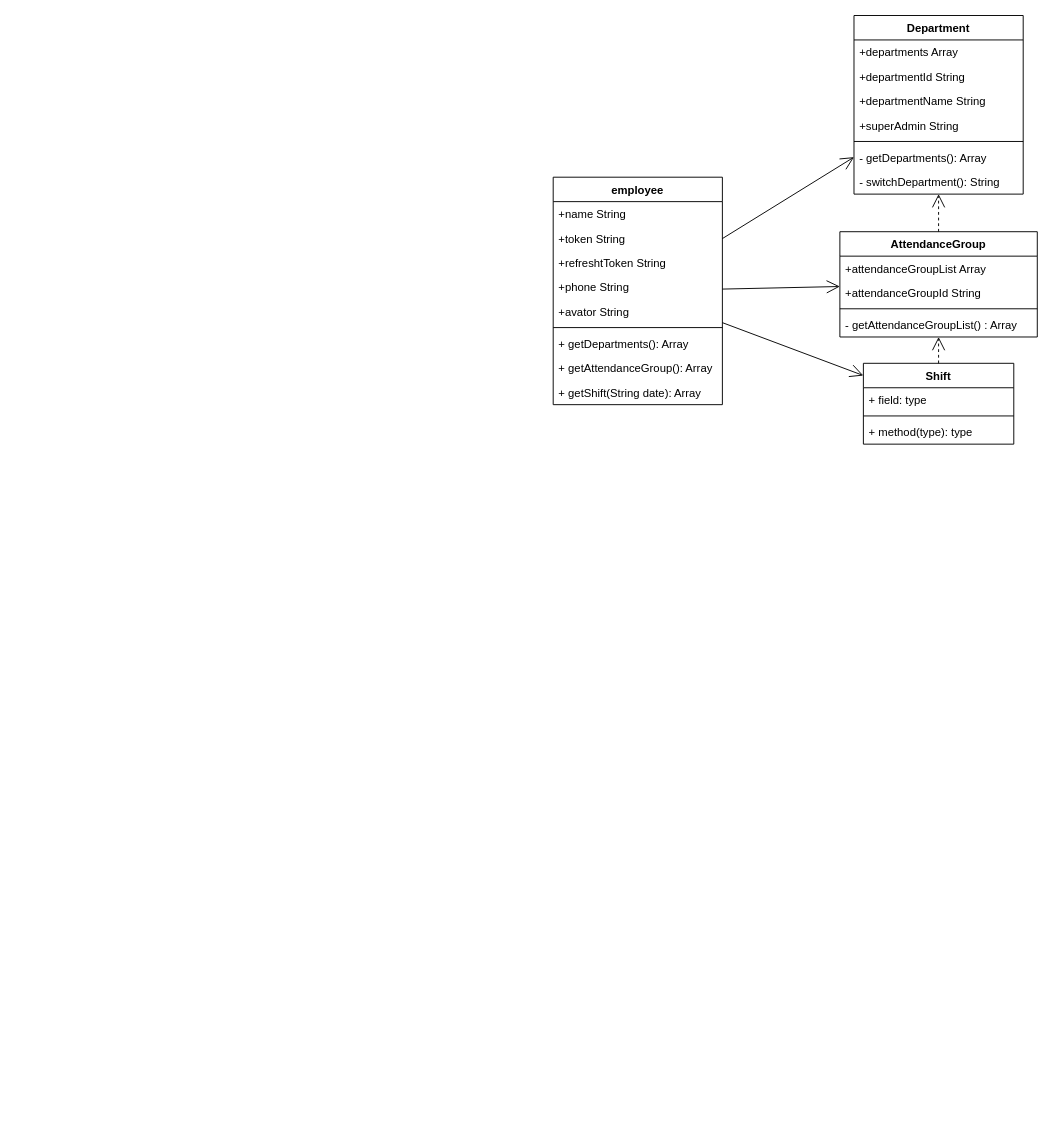
The draw.io diagram employeeInfo.drawio in cuiyongheng/test, before the edit. Source tidied: cells renumbered, new cells numbered last; positions are measured from the earlier drawing's top-left corner, leaving out a move shared by most shapes. Both pictures are drawn from the tidied source at 94%, with x=0, y=0 at pixel (553, 15).
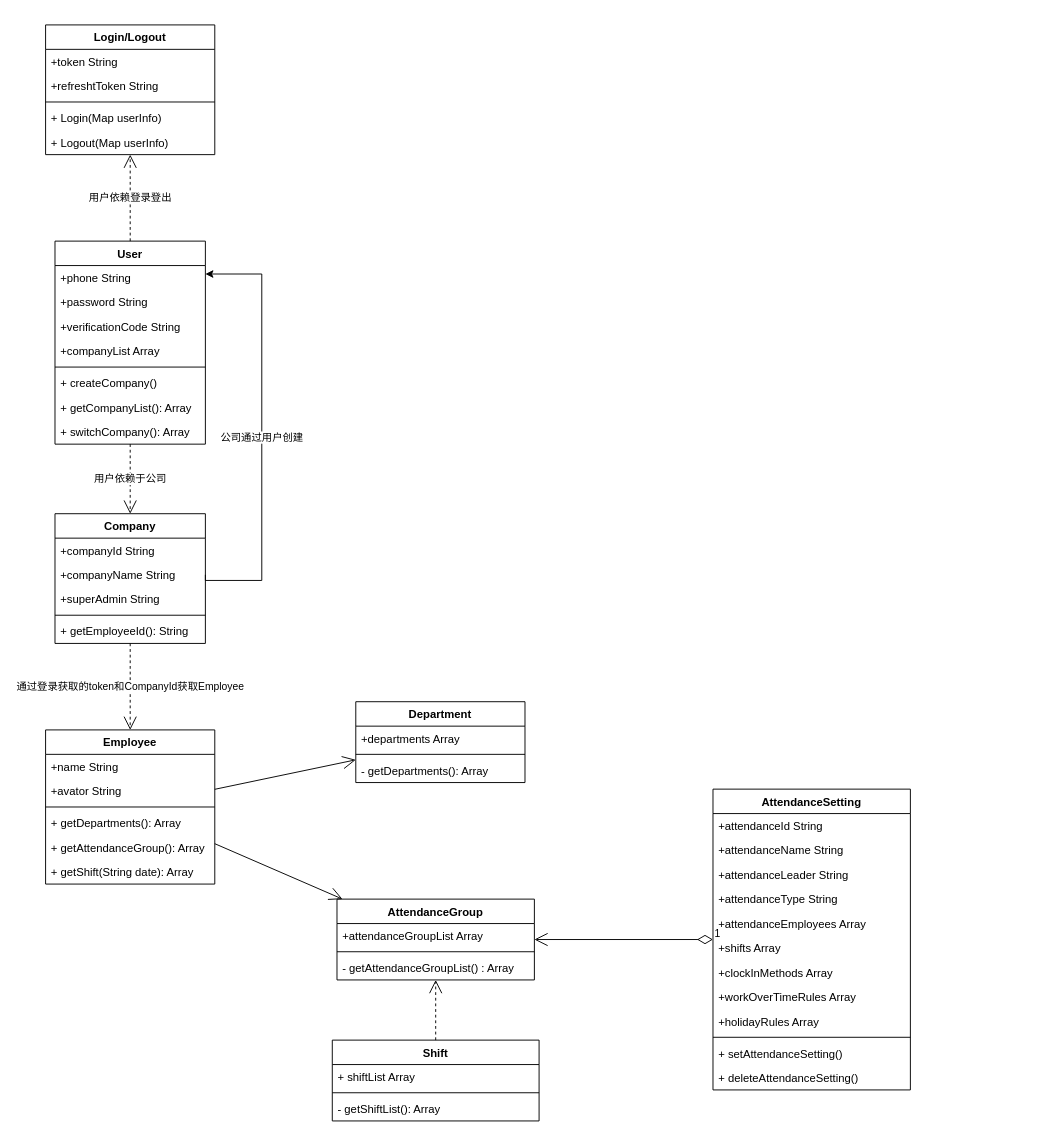
After the change.

What changed in the source:
```diff
@@
-    <mxCell id="2" value="employee" style="swimlane;fontStyle=1;align=center;verticalAlign=top;horizontal=1;startSize=26;" parent="1" vertex="1">
-      <mxGeometry y="172" width="180" height="242" as="geometry" />
+    <mxCell id="2" value="Employee" style="swimlane;fontStyle=1;align=center;verticalAlign=top;horizontal=1;startSize=26;" parent="1" vertex="1">
+      <mxGeometry x="-540" y="760" width="180" height="164" as="geometry" />
     </mxCell>
@@
-    <mxCell id="4" value="+token String&#10;" style="text;strokeColor=none;fillColor=none;align=left;verticalAlign=top;spacingLeft=4;spacingRight=4;overflow=hidden;" parent="2" vertex="1">
-      <mxGeometry y="52" width="180" height="26" as="geometry" />
-    </mxCell>
-    <mxCell id="5" value="+refreshtToken String&#10;" style="text;strokeColor=none;fillColor=none;align=left;verticalAlign=top;spacingLeft=4;spacingRight=4;overflow=hidden;" parent="2" vertex="1">
-      <mxGeometry y="78" width="180" height="26" as="geometry" />
-    </mxCell>
-    <mxCell id="6" value="+phone String&#10;" style="text;strokeColor=none;fillColor=none;align=left;verticalAlign=top;spacingLeft=4;spacingRight=4;overflow=hidden;" parent="2" vertex="1">
-      <mxGeometry y="104" width="180" height="26" as="geometry" />
-    </mxCell>
     <mxCell id="7" value="+avator String&#10;" style="text;strokeColor=none;fillColor=none;align=left;verticalAlign=top;spacingLeft=4;spacingRight=4;overflow=hidden;" parent="2" vertex="1">
-      <mxGeometry y="130" width="180" height="26" as="geometry" />
+      <mxGeometry y="52" width="180" height="26" as="geometry" />
     </mxCell>
     <mxCell id="8" style="line;strokeWidth=1;fillColor=none;align=left;verticalAlign=middle;spacingTop=-1;spacingLeft=3;spacingRight=3;labelPosition=right;" parent="2" vertex="1">
-      <mxGeometry y="156" width="180" height="8" as="geometry" />
+      <mxGeometry y="78" width="180" height="8" as="geometry" />
     </mxCell>
     <mxCell id="9" value="+ getDepartments(): Array" style="text;strokeColor=none;fillColor=none;align=left;verticalAlign=top;spacingLeft=4;spacingRight=4;overflow=hidden;" parent="2" vertex="1">
-      <mxGeometry y="164" width="180" height="26" as="geometry" />
+      <mxGeometry y="86" width="180" height="26" as="geometry" />
     </mxCell>
     <mxCell id="10" value="+ getAttendanceGroup(): Array" style="text;strokeColor=none;fillColor=none;align=left;verticalAlign=top;spacingLeft=4;spacingRight=4;overflow=hidden;" parent="2" vertex="1">
-      <mxGeometry y="190" width="180" height="26" as="geometry" />
+      <mxGeometry y="112" width="180" height="26" as="geometry" />
     </mxCell>
     <mxCell id="11" value="+ getShift(String date): Array" style="text;strokeColor=none;fillColor=none;align=left;verticalAlign=top;spacingLeft=4;spacingRight=4;overflow=hidden;" parent="2" vertex="1">
-      <mxGeometry y="216" width="180" height="26" as="geometry" />
+      <mxGeometry y="138" width="180" height="26" as="geometry" />
     </mxCell>
     <mxCell id="12" value="Department" style="swimlane;fontStyle=1;align=center;verticalAlign=top;horizontal=1;startSize=26;" parent="1" vertex="1">
-      <mxGeometry x="320" width="180" height="190" as="geometry" />
+      <mxGeometry x="-210" y="730" width="180" height="86" as="geometry" />
     </mxCell>
@@
-    <mxCell id="14" value="+departmentId String" style="text;strokeColor=none;fillColor=none;align=left;verticalAlign=top;spacingLeft=4;spacingRight=4;overflow=hidden;" parent="12" vertex="1">
-      <mxGeometry y="52" width="180" height="26" as="geometry" />
-    </mxCell>
-    <mxCell id="15" value="+departmentName String" style="text;strokeColor=none;fillColor=none;align=left;verticalAlign=top;spacingLeft=4;spacingRight=4;overflow=hidden;" parent="12" vertex="1">
-      <mxGeometry y="78" width="180" height="26" as="geometry" />
-    </mxCell>
-    <mxCell id="16" value="+superAdmin String" style="text;strokeColor=none;fillColor=none;align=left;verticalAlign=top;spacingLeft=4;spacingRight=4;overflow=hidden;" parent="12" vertex="1">
-      <mxGeometry y="104" width="180" height="26" as="geometry" />
-    </mxCell>
     <mxCell id="17" style="line;strokeWidth=1;fillColor=none;align=left;verticalAlign=middle;spacingTop=-1;spacingLeft=3;spacingRight=3;labelPosition=right;" parent="12" vertex="1">
-      <mxGeometry y="130" width="180" height="8" as="geometry" />
+      <mxGeometry y="52" width="180" height="8" as="geometry" />
     </mxCell>
     <mxCell id="18" value="- getDepartments(): Array" style="text;strokeColor=none;fillColor=none;align=left;verticalAlign=top;spacingLeft=4;spacingRight=4;overflow=hidden;" parent="12" vertex="1">
-      <mxGeometry y="138" width="180" height="26" as="geometry" />
+      <mxGeometry y="60" width="180" height="26" as="geometry" />
     </mxCell>
-    <mxCell id="19" value="- switchDepartment(): String" style="text;strokeColor=none;fillColor=none;align=left;verticalAlign=top;spacingLeft=4;spacingRight=4;overflow=hidden;" parent="12" vertex="1">
-      <mxGeometry y="164" width="180" height="26" as="geometry" />
-    </mxCell>
@@
     <mxCell id="21" value="AttendanceGroup" style="swimlane;fontStyle=1;align=center;verticalAlign=top;horizontal=1;startSize=26;" parent="1" vertex="1">
-      <mxGeometry x="305" y="230" width="210" height="112" as="geometry" />
+      <mxGeometry x="-230" y="940" width="210" height="86" as="geometry" />
     </mxCell>
@@
-    <mxCell id="23" value="+attendanceGroupId String" style="text;strokeColor=none;fillColor=none;align=left;verticalAlign=top;spacingLeft=4;spacingRight=4;overflow=hidden;" parent="21" vertex="1">
-      <mxGeometry y="52" width="210" height="26" as="geometry" />
-    </mxCell>
     <mxCell id="24" style="line;strokeWidth=1;fillColor=none;align=left;verticalAlign=middle;spacingTop=-1;spacingLeft=3;spacingRight=3;labelPosition=right;" parent="21" vertex="1">
-      <mxGeometry y="78" width="210" height="8" as="geometry" />
+      <mxGeometry y="52" width="210" height="8" as="geometry" />
     </mxCell>
     <mxCell id="25" value="- getAttendanceGroupList() : Array" style="text;strokeColor=none;fillColor=none;align=left;verticalAlign=top;spacingLeft=4;spacingRight=4;overflow=hidden;" parent="21" vertex="1">
-      <mxGeometry y="86" width="210" height="26" as="geometry" />
+      <mxGeometry y="60" width="210" height="26" as="geometry" />
     </mxCell>
@@
-    <mxCell id="27" style="endArrow=open;endSize=12;dashed=1;html=1;" parent="1" edge="1" source="21" target="12">
-      <mxGeometry relative="1" as="geometry" />
-    </mxCell>
     <mxCell id="28" value="Shift" style="swimlane;fontStyle=1;align=center;verticalAlign=top;horizontal=1;startSize=26;" parent="1" vertex="1">
-      <mxGeometry x="330" y="370" width="160" height="86" as="geometry" />
+      <mxGeometry x="-235" y="1090" width="220" height="86" as="geometry" />
     </mxCell>
-    <mxCell id="29" value="+ field: type" style="text;strokeColor=none;fillColor=none;align=left;verticalAlign=top;spacingLeft=4;spacingRight=4;overflow=hidden;" parent="28" vertex="1">
-      <mxGeometry y="26" width="160" height="26" as="geometry" />
+    <mxCell id="29" value="+ shiftList Array" style="text;strokeColor=none;fillColor=none;align=left;verticalAlign=top;spacingLeft=4;spacingRight=4;overflow=hidden;" parent="28" vertex="1">
+      <mxGeometry y="26" width="220" height="26" as="geometry" />
     </mxCell>
     <mxCell id="30" style="line;strokeWidth=1;fillColor=none;align=left;verticalAlign=middle;spacingTop=-1;spacingLeft=3;spacingRight=3;labelPosition=right;" parent="28" vertex="1">
-      <mxGeometry y="52" width="160" height="8" as="geometry" />
+      <mxGeometry y="52" width="220" height="8" as="geometry" />
     </mxCell>
-    <mxCell id="31" value="+ method(type): type" style="text;strokeColor=none;fillColor=none;align=left;verticalAlign=top;spacingLeft=4;spacingRight=4;overflow=hidden;" parent="28" vertex="1">
-      <mxGeometry y="60" width="160" height="26" as="geometry" />
+    <mxCell id="31" value="- getShiftList(): Array" style="text;strokeColor=none;fillColor=none;align=left;verticalAlign=top;spacingLeft=4;spacingRight=4;overflow=hidden;" parent="28" vertex="1">
+      <mxGeometry y="60" width="220" height="26" as="geometry" />
     </mxCell>
@@
-    <mxCell id="33" style="endArrow=open;endFill=1;endSize=12;html=1;" parent="1" edge="1" source="2" target="28">
-      <mxGeometry relative="1" as="geometry" />
-    </mxCell>
+    <mxCell id="34" value="Company" style="swimlane;fontStyle=1;align=center;verticalAlign=top;horizontal=1;startSize=26;" parent="1" vertex="1">
+      <mxGeometry x="-530" y="530" width="160" height="138" as="geometry" />
+    </mxCell>
+    <mxCell id="35" value="+companyId String" style="text;strokeColor=none;fillColor=none;align=left;verticalAlign=top;spacingLeft=4;spacingRight=4;overflow=hidden;" parent="34" vertex="1">
+      <mxGeometry y="26" width="160" height="26" as="geometry" />
+    </mxCell>
+    <mxCell id="36" value="+companyName String" style="text;strokeColor=none;fillColor=none;align=left;verticalAlign=top;spacingLeft=4;spacingRight=4;overflow=hidden;points=[[0,0.5],[1,0.5]];portConstraint=eastwest;" parent="34" vertex="1">
+      <mxGeometry y="52" width="160" height="26" as="geometry" />
+    </mxCell>
+    <mxCell id="16" value="+superAdmin String" style="text;strokeColor=none;fillColor=none;align=left;verticalAlign=top;spacingLeft=4;spacingRight=4;overflow=hidden;" parent="34" vertex="1">
+      <mxGeometry y="78" width="160" height="26" as="geometry" />
+    </mxCell>
+    <mxCell id="37" style="line;strokeWidth=1;fillColor=none;align=left;verticalAlign=middle;spacingTop=-1;spacingLeft=3;spacingRight=3;labelPosition=right;" parent="34" vertex="1">
+      <mxGeometry y="104" width="160" height="8" as="geometry" />
+    </mxCell>
+    <mxCell id="38" value="+ getEmployeeId(): String" style="text;strokeColor=none;fillColor=none;align=left;verticalAlign=top;spacingLeft=4;spacingRight=4;overflow=hidden;" parent="34" vertex="1">
+      <mxGeometry y="112" width="160" height="26" as="geometry" />
+    </mxCell>
+    <mxCell id="39" value="User" style="swimlane;fontStyle=1;align=center;verticalAlign=top;horizontal=1;startSize=26;" parent="1" vertex="1">
+      <mxGeometry x="-530" y="240" width="160" height="216" as="geometry" />
+    </mxCell>
+    <mxCell id="6" value="+phone String&#10;" style="text;strokeColor=none;fillColor=none;align=left;verticalAlign=top;spacingLeft=4;spacingRight=4;overflow=hidden;" parent="39" vertex="1">
+      <mxGeometry y="26" width="160" height="26" as="geometry" />
+    </mxCell>
+    <mxCell id="40" value="+password String&#10;" style="text;strokeColor=none;fillColor=none;align=left;verticalAlign=top;spacingLeft=4;spacingRight=4;overflow=hidden;" parent="39" vertex="1">
+      <mxGeometry y="52" width="160" height="26" as="geometry" />
+    </mxCell>
+    <mxCell id="41" value="+verificationCode String&#10;" style="text;strokeColor=none;fillColor=none;align=left;verticalAlign=top;spacingLeft=4;spacingRight=4;overflow=hidden;" parent="39" vertex="1">
+      <mxGeometry y="78" width="160" height="26" as="geometry" />
+    </mxCell>
+    <mxCell id="42" value="+companyList Array" style="text;strokeColor=none;fillColor=none;align=left;verticalAlign=top;spacingLeft=4;spacingRight=4;overflow=hidden;" parent="39" vertex="1">
+      <mxGeometry y="104" width="160" height="26" as="geometry" />
+    </mxCell>
+    <mxCell id="43" style="line;strokeWidth=1;fillColor=none;align=left;verticalAlign=middle;spacingTop=-1;spacingLeft=3;spacingRight=3;labelPosition=right;" parent="39" vertex="1">
+      <mxGeometry y="130" width="160" height="8" as="geometry" />
+    </mxCell>
+    <mxCell id="44" value="+ createCompany()" style="text;strokeColor=none;fillColor=none;align=left;verticalAlign=top;spacingLeft=4;spacingRight=4;overflow=hidden;" parent="39" vertex="1">
+      <mxGeometry y="138" width="160" height="26" as="geometry" />
+    </mxCell>
+    <mxCell id="45" value="+ getCompanyList(): Array" style="text;strokeColor=none;fillColor=none;align=left;verticalAlign=top;spacingLeft=4;spacingRight=4;overflow=hidden;" parent="39" vertex="1">
+      <mxGeometry y="164" width="160" height="26" as="geometry" />
+    </mxCell>
+    <mxCell id="46" value="+ switchCompany(): Array" style="text;strokeColor=none;fillColor=none;align=left;verticalAlign=top;spacingLeft=4;spacingRight=4;overflow=hidden;" parent="39" vertex="1">
+      <mxGeometry y="190" width="160" height="26" as="geometry" />
+    </mxCell>
+    <mxCell id="47" value="Login/Logout" style="swimlane;fontStyle=1;align=center;verticalAlign=top;horizontal=1;startSize=26;" parent="1" vertex="1">
+      <mxGeometry x="-540" y="10" width="180" height="138" as="geometry" />
+    </mxCell>
+    <mxCell id="4" value="+token String&#10;" style="text;strokeColor=none;fillColor=none;align=left;verticalAlign=top;spacingLeft=4;spacingRight=4;overflow=hidden;" parent="47" vertex="1">
+      <mxGeometry y="26" width="180" height="26" as="geometry" />
+    </mxCell>
+    <mxCell id="5" value="+refreshtToken String&#10;" style="text;strokeColor=none;fillColor=none;align=left;verticalAlign=top;spacingLeft=4;spacingRight=4;overflow=hidden;" parent="47" vertex="1">
+      <mxGeometry y="52" width="180" height="26" as="geometry" />
+    </mxCell>
+    <mxCell id="48" style="line;strokeWidth=1;fillColor=none;align=left;verticalAlign=middle;spacingTop=-1;spacingLeft=3;spacingRight=3;labelPosition=right;" parent="47" vertex="1">
+      <mxGeometry y="78" width="180" height="8" as="geometry" />
+    </mxCell>
+    <mxCell id="49" value="+ Login(Map userInfo)" style="text;strokeColor=none;fillColor=none;align=left;verticalAlign=top;spacingLeft=4;spacingRight=4;overflow=hidden;" parent="47" vertex="1">
+      <mxGeometry y="86" width="180" height="26" as="geometry" />
+    </mxCell>
+    <mxCell id="50" value="+ Logout(Map userInfo)" style="text;strokeColor=none;fillColor=none;align=left;verticalAlign=top;spacingLeft=4;spacingRight=4;overflow=hidden;" parent="47" vertex="1">
+      <mxGeometry y="112" width="180" height="26" as="geometry" />
+    </mxCell>
+    <mxCell id="51" value="用户依赖登录登出" style="endArrow=open;endSize=12;dashed=1;html=1;" parent="1" edge="1" source="39" target="47">
+      <mxGeometry relative="1" as="geometry" />
+    </mxCell>
+    <mxCell id="52" style="edgeStyle=orthogonalEdgeStyle;rounded=0;jettySize=auto;html=1;exitX=1;exitY=0.5;exitDx=0;exitDy=0;entryX=1;entryY=0.5;entryDx=0;entryDy=0;" parent="1" edge="1" source="36">
+      <mxGeometry relative="1" as="geometry">
+        <mxPoint x="-370" y="275" as="targetPoint" />
+        <Array as="points">
+          <mxPoint x="-310" y="601" />
+          <mxPoint x="-310" y="275" />
+        </Array>
+      </mxGeometry>
+    </mxCell>
+    <mxCell id="53" value="公司通过用户创建" style="edgeLabel;html=1;align=center;verticalAlign=middle;" parent="52" vertex="1">
+      <mxGeometry x="-0.03" y="1" relative="1" as="geometry" />
+    </mxCell>
+    <mxCell id="54" value="用户依赖于公司" style="endArrow=open;endSize=12;dashed=1;html=1;" parent="1" edge="1" source="39" target="34">
+      <mxGeometry relative="1" as="geometry" />
+    </mxCell>
+    <mxCell id="55" value="通过登录获取的token和CompanyId获取Employee" style="endArrow=open;endSize=12;dashed=1;html=1;" parent="1" edge="1" source="34" target="2">
+      <mxGeometry relative="1" as="geometry" />
+    </mxCell>
+    <mxCell id="56" value="AttendanceSetting" style="swimlane;fontStyle=1;align=center;verticalAlign=top;horizontal=1;startSize=26;" parent="1" vertex="1">
+      <mxGeometry x="170" y="823" width="210" height="320" as="geometry" />
+    </mxCell>
+    <mxCell id="57" value="+attendanceId String" style="text;strokeColor=none;fillColor=none;align=left;verticalAlign=top;spacingLeft=4;spacingRight=4;overflow=hidden;" parent="56" vertex="1">
+      <mxGeometry y="26" width="210" height="26" as="geometry" />
+    </mxCell>
+    <mxCell id="58" value="+attendanceName String" style="text;strokeColor=none;fillColor=none;align=left;verticalAlign=top;spacingLeft=4;spacingRight=4;overflow=hidden;" parent="56" vertex="1">
+      <mxGeometry y="52" width="210" height="26" as="geometry" />
+    </mxCell>
+    <mxCell id="59" value="+attendanceLeader String" style="text;strokeColor=none;fillColor=none;align=left;verticalAlign=top;spacingLeft=4;spacingRight=4;overflow=hidden;" parent="56" vertex="1">
+      <mxGeometry y="78" width="210" height="26" as="geometry" />
+    </mxCell>
+    <mxCell id="60" value="+attendanceType String" style="text;strokeColor=none;fillColor=none;align=left;verticalAlign=top;spacingLeft=4;spacingRight=4;overflow=hidden;" parent="56" vertex="1">
+      <mxGeometry y="104" width="210" height="26" as="geometry" />
+    </mxCell>
+    <mxCell id="61" value="+attendanceEmployees Array" style="text;strokeColor=none;fillColor=none;align=left;verticalAlign=top;spacingLeft=4;spacingRight=4;overflow=hidden;" parent="56" vertex="1">
+      <mxGeometry y="130" width="210" height="26" as="geometry" />
+    </mxCell>
+    <mxCell id="62" value="+shifts Array" style="text;strokeColor=none;fillColor=none;align=left;verticalAlign=top;spacingLeft=4;spacingRight=4;overflow=hidden;" parent="56" vertex="1">
+      <mxGeometry y="156" width="210" height="26" as="geometry" />
+    </mxCell>
+    <mxCell id="63" value="+clockInMethods Array" style="text;strokeColor=none;fillColor=none;align=left;verticalAlign=top;spacingLeft=4;spacingRight=4;overflow=hidden;" parent="56" vertex="1">
+      <mxGeometry y="182" width="210" height="26" as="geometry" />
+    </mxCell>
+    <mxCell id="64" value="+workOverTimeRules Array" style="text;strokeColor=none;fillColor=none;align=left;verticalAlign=top;spacingLeft=4;spacingRight=4;overflow=hidden;" parent="56" vertex="1">
+      <mxGeometry y="208" width="210" height="26" as="geometry" />
+    </mxCell>
+    <mxCell id="65" value="+holidayRules Array" style="text;strokeColor=none;fillColor=none;align=left;verticalAlign=top;spacingLeft=4;spacingRight=4;overflow=hidden;" parent="56" vertex="1">
+      <mxGeometry y="234" width="210" height="26" as="geometry" />
+    </mxCell>
+    <mxCell id="66" style="line;strokeWidth=1;fillColor=none;align=left;verticalAlign=middle;spacingTop=-1;spacingLeft=3;spacingRight=3;labelPosition=right;" parent="56" vertex="1">
+      <mxGeometry y="260" width="210" height="8" as="geometry" />
+    </mxCell>
+    <mxCell id="67" value="+ setAttendanceSetting()" style="text;strokeColor=none;fillColor=none;align=left;verticalAlign=top;spacingLeft=4;spacingRight=4;overflow=hidden;" parent="56" vertex="1">
+      <mxGeometry y="268" width="210" height="26" as="geometry" />
+    </mxCell>
+    <mxCell id="68" value="+ deleteAttendanceSetting()" style="text;strokeColor=none;fillColor=none;align=left;verticalAlign=top;spacingLeft=4;spacingRight=4;overflow=hidden;" parent="56" vertex="1">
+      <mxGeometry y="294" width="210" height="26" as="geometry" />
+    </mxCell>
+    <mxCell id="69" value="1" style="endArrow=open;html=1;endSize=12;startArrow=diamondThin;startSize=14;startFill=0;edgeStyle=orthogonalEdgeStyle;align=left;verticalAlign=bottom;" parent="1" edge="1" source="56" target="21">
+      <mxGeometry x="-1" y="3" relative="1" as="geometry" />
+    </mxCell>
```
